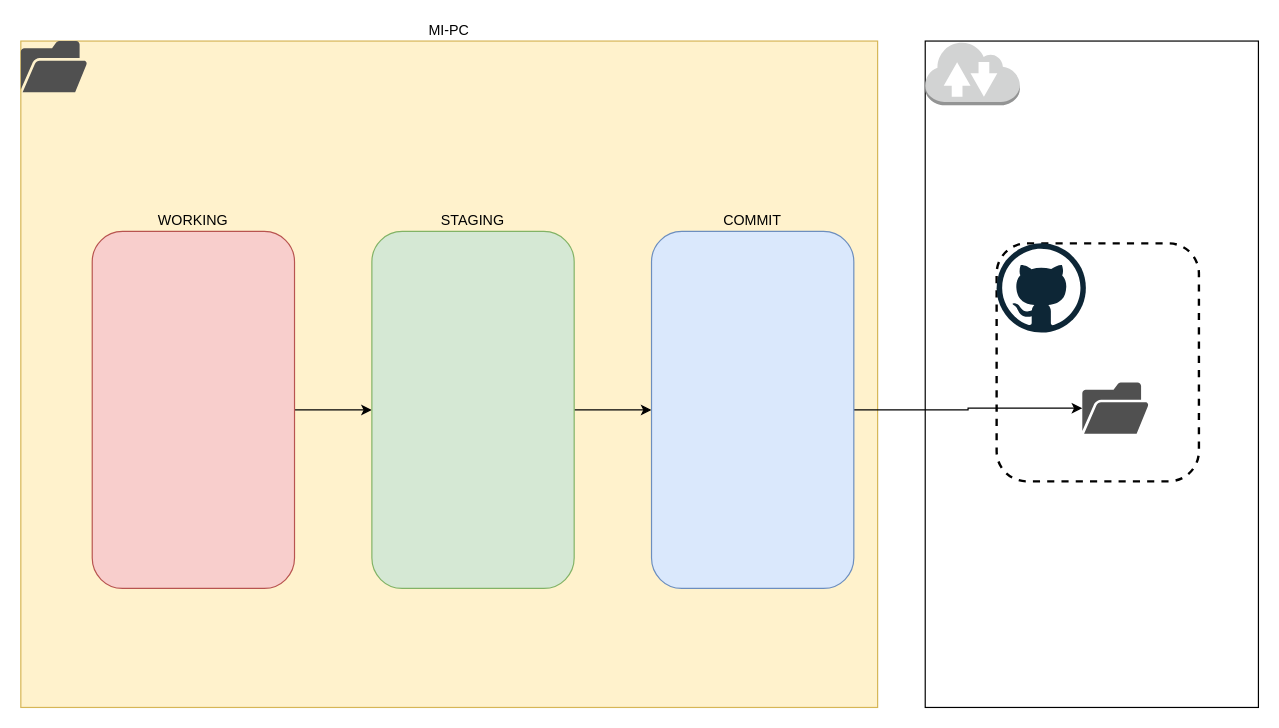
robinarehen/drawio keeps this draw.io diagram as page "Git-Remoto" (2 of 2) of GIT.drawio. Above is the earlier version. Source tidied: cells renumbered, new cells numbered last; positions are measured from the earlier drawing's top-left corner, leaving out a move shared by most shapes. Both pictures are drawn from the tidied source at 119%, with x=0, y=0 at pixel (20, 40).
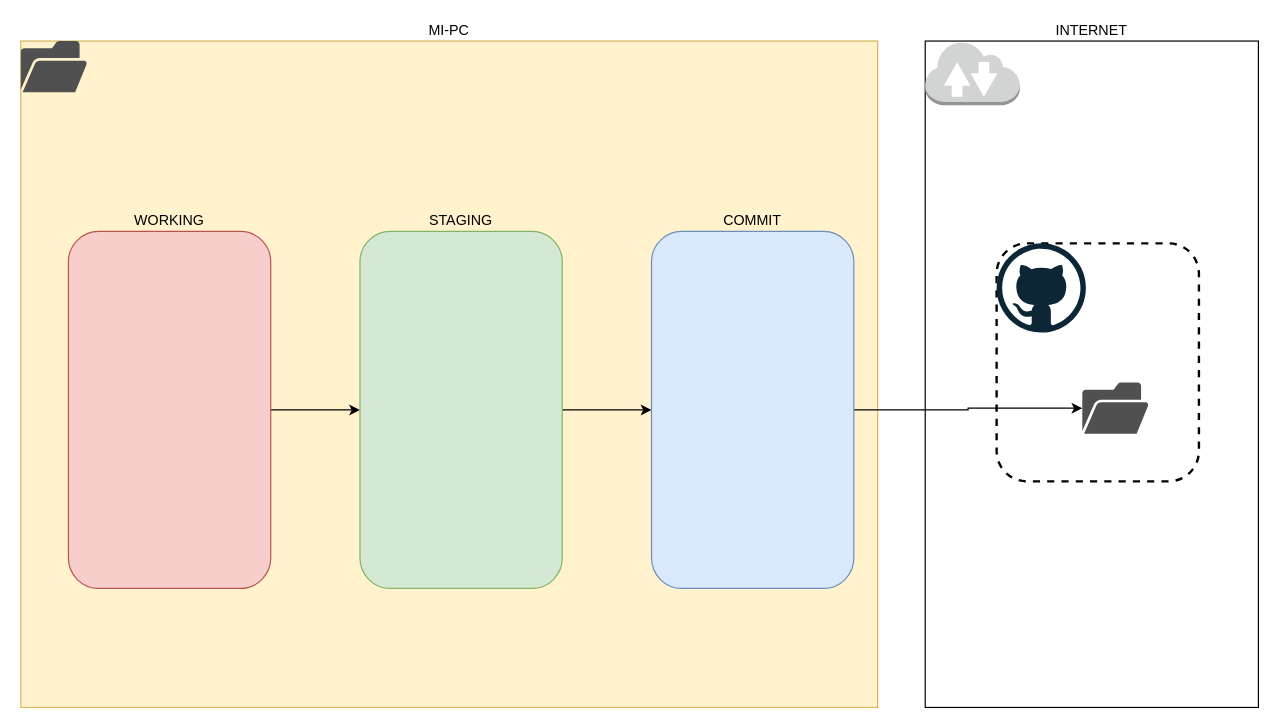
The same diagram, later.

The edit, as a diff of the source:
```diff
@@
 <mxGraphModel>
   <root>
     <mxCell id="0" />
     <mxCell id="1" parent="0" />
-    <mxCell id="2" style="rounded=0;whiteSpace=wrap;html=1;" parent="1" vertex="1">
+    <mxCell id="2" value="INTERNET" style="rounded=0;whiteSpace=wrap;html=1;labelPosition=center;verticalLabelPosition=top;align=center;verticalAlign=bottom;" parent="1" vertex="1">
       <mxGeometry x="760" width="280" height="560" as="geometry" />
     </mxCell>
     <mxCell id="3" style="rounded=1;whiteSpace=wrap;html=1;fillColor=none;strokeWidth=2;dashed=1;" parent="1" vertex="1">
       <mxGeometry x="820" y="170" width="170" height="200" as="geometry" />
     </mxCell>
     <mxCell id="4" value="MI-PC" style="rounded=0;whiteSpace=wrap;html=1;labelPosition=center;verticalLabelPosition=top;align=center;verticalAlign=bottom;fillColor=#fff2cc;strokeColor=#d6b656;" parent="1" vertex="1">
       <mxGeometry width="720" height="560" as="geometry" />
     </mxCell>
     <mxCell id="5" style="sketch=0;shadow=0;dashed=0;html=1;strokeColor=none;fillColor=#505050;labelPosition=center;verticalLabelPosition=bottom;verticalAlign=top;align=center;shape=mxgraph.office.concepts.folder_open;" parent="1" vertex="1">
       <mxGeometry width="56" height="43" as="geometry" />
     </mxCell>
     <mxCell id="6" style="edgeStyle=orthogonalEdgeStyle;rounded=0;jettySize=auto;html=1;" parent="1" edge="1" source="7" target="9">
       <mxGeometry relative="1" as="geometry" />
     </mxCell>
     <mxCell id="7" value="WORKING" style="rounded=1;whiteSpace=wrap;html=1;fillColor=#f8cecc;strokeColor=#b85450;labelPosition=center;verticalLabelPosition=top;align=center;verticalAlign=bottom;" parent="1" vertex="1">
-      <mxGeometry x="60" y="160" width="170" height="300" as="geometry" />
+      <mxGeometry x="40" y="160" width="170" height="300" as="geometry" />
     </mxCell>
     <mxCell id="8" style="edgeStyle=orthogonalEdgeStyle;rounded=0;jettySize=auto;html=1;entryX=0;entryY=0.5;entryDx=0;entryDy=0;" parent="1" edge="1" source="9" target="11">
       <mxGeometry relative="1" as="geometry" />
     </mxCell>
     <mxCell id="9" value="STAGING" style="rounded=1;whiteSpace=wrap;html=1;fillColor=#d5e8d4;strokeColor=#82b366;labelPosition=center;verticalLabelPosition=top;align=center;verticalAlign=bottom;" parent="1" vertex="1">
-      <mxGeometry x="295" y="160" width="170" height="300" as="geometry" />
+      <mxGeometry x="285" y="160" width="170" height="300" as="geometry" />
     </mxCell>
     <mxCell id="10" style="edgeStyle=orthogonalEdgeStyle;rounded=0;jettySize=auto;html=1;" parent="1" edge="1" source="11" target="14">
       <mxGeometry relative="1" as="geometry" />
     </mxCell>
     <mxCell id="11" value="COMMIT" style="rounded=1;whiteSpace=wrap;html=1;fillColor=#dae8fc;strokeColor=#6c8ebf;labelPosition=center;verticalLabelPosition=top;align=center;verticalAlign=bottom;" parent="1" vertex="1">
       <mxGeometry x="530" y="160" width="170" height="300" as="geometry" />
     </mxCell>
     <mxCell id="12" style="dashed=0;verticalLabelPosition=bottom;verticalAlign=top;align=center;html=1;shape=mxgraph.aws3.internet_2;fillColor=#D2D3D3;gradientColor=none;" parent="1" vertex="1">
       <mxGeometry x="760" width="79.5" height="54" as="geometry" />
     </mxCell>
     <mxCell id="13" style="dashed=0;html=1;align=center;labelPosition=center;verticalLabelPosition=bottom;verticalAlign=top;shape=mxgraph.weblogos.github;" parent="1" vertex="1">
       <mxGeometry x="820" y="170" width="75" height="75" as="geometry" />
     </mxCell>
     <mxCell id="14" style="sketch=0;shadow=0;dashed=0;html=1;strokeColor=none;fillColor=#505050;labelPosition=center;verticalLabelPosition=bottom;verticalAlign=top;outlineConnect=0;align=center;shape=mxgraph.office.concepts.folder_open;" parent="1" vertex="1">
       <mxGeometry x="892" y="287" width="56" height="43" as="geometry" />
     </mxCell>
   </root>
 </mxGraphModel>
```
